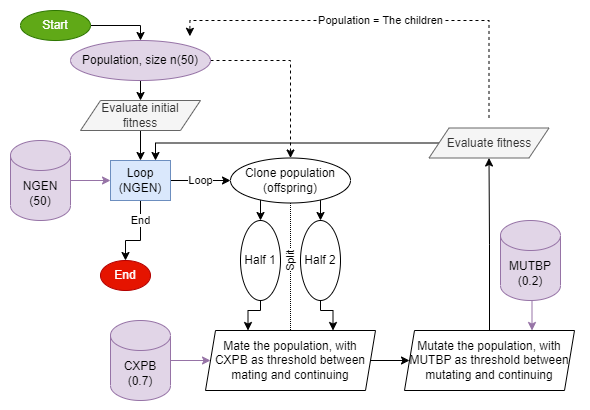
Before: DEAP process diagram.png, a diagram exported from draw.io (AnUnsocialPigeon/ProjectX-Coevolutionary-Selection-Training). Source tidied: cells renumbered, new cells last; positions are measured from the earlier drawing's top-left corner, leaving out a move shared by most shapes. Source of this version:
```xml
<mxGraphModel>
  <root>
    <mxCell id="0" />
    <mxCell id="1" parent="0" />
    <mxCell id="2" style="rounded=1;whiteSpace=wrap;html=1;strokeColor=none;" parent="1" vertex="1">
      <mxGeometry width="590" height="410" as="geometry" />
    </mxCell>
    <mxCell id="3" style="edgeStyle=orthogonalEdgeStyle;rounded=0;jettySize=auto;html=1;exitX=0.5;exitY=1;exitDx=0;exitDy=0;entryX=0.5;entryY=0;entryDx=0;entryDy=0;" parent="1" edge="1" source="5" target="7">
      <mxGeometry relative="1" as="geometry" />
    </mxCell>
    <mxCell id="4" style="edgeStyle=orthogonalEdgeStyle;rounded=0;jettySize=auto;html=1;exitX=1;exitY=0.5;exitDx=0;exitDy=0;entryX=0.5;entryY=0;entryDx=0;entryDy=0;dashed=1;" parent="1" edge="1" source="5" target="20">
      <mxGeometry relative="1" as="geometry" />
    </mxCell>
    <mxCell id="5" value="Population, size n(50)" style="ellipse;whiteSpace=wrap;html=1;fillColor=#e1d5e7;strokeColor=#9673a6;" parent="1" vertex="1">
      <mxGeometry x="70" y="40" width="140" height="40" as="geometry" />
    </mxCell>
    <mxCell id="6" style="edgeStyle=orthogonalEdgeStyle;rounded=0;jettySize=auto;html=1;exitX=0.5;exitY=1;exitDx=0;exitDy=0;entryX=0.5;entryY=0;entryDx=0;entryDy=0;" parent="1" edge="1" source="7" target="16">
      <mxGeometry relative="1" as="geometry" />
    </mxCell>
    <mxCell id="7" value="Evaluate initial&lt;br&gt;fitness" style="shape=parallelogram;perimeter=parallelogramPerimeter;whiteSpace=wrap;html=1;fixedSize=1;fillColor=#f5f5f5;fontColor=#333333;strokeColor=#666666;" parent="1" vertex="1">
      <mxGeometry x="80" y="100" width="120" height="30" as="geometry" />
    </mxCell>
    <mxCell id="8" style="edgeStyle=orthogonalEdgeStyle;rounded=0;jettySize=auto;html=1;exitX=1;exitY=0.5;exitDx=0;exitDy=0;exitPerimeter=0;entryX=0;entryY=0.5;entryDx=0;entryDy=0;fillColor=#e1d5e7;strokeColor=#9673a6;" parent="1" edge="1" source="9" target="26">
      <mxGeometry relative="1" as="geometry" />
    </mxCell>
    <mxCell id="9" value="CXPB&lt;br&gt;(0.7)" style="shape=cylinder3;whiteSpace=wrap;html=1;boundedLbl=1;backgroundOutline=1;size=15;fillColor=#e1d5e7;strokeColor=#9673a6;" parent="1" vertex="1">
      <mxGeometry x="110" y="320" width="60" height="80" as="geometry" />
    </mxCell>
    <mxCell id="10" style="edgeStyle=orthogonalEdgeStyle;rounded=0;jettySize=auto;html=1;exitX=0.5;exitY=1;exitDx=0;exitDy=0;exitPerimeter=0;entryX=0.75;entryY=0;entryDx=0;entryDy=0;fillColor=#e1d5e7;strokeColor=#9673a6;" parent="1" edge="1" source="11" target="27">
      <mxGeometry relative="1" as="geometry">
        <Array as="points">
          <mxPoint x="530" y="290" />
          <mxPoint x="531" y="290" />
        </Array>
      </mxGeometry>
    </mxCell>
    <mxCell id="11" value="MUTBP&lt;br&gt;(0.2)" style="shape=cylinder3;whiteSpace=wrap;html=1;boundedLbl=1;backgroundOutline=1;size=15;fillColor=#e1d5e7;strokeColor=#9673a6;" parent="1" vertex="1">
      <mxGeometry x="500" y="220" width="60" height="80" as="geometry" />
    </mxCell>
    <mxCell id="12" style="edgeStyle=orthogonalEdgeStyle;rounded=0;jettySize=auto;html=1;exitX=1;exitY=0.5;exitDx=0;exitDy=0;exitPerimeter=0;entryX=0;entryY=0.5;entryDx=0;entryDy=0;fillColor=#e1d5e7;strokeColor=#9673a6;" parent="1" edge="1" source="13" target="16">
      <mxGeometry relative="1" as="geometry" />
    </mxCell>
    <mxCell id="13" value="NGEN&lt;br&gt;(50)" style="shape=cylinder3;whiteSpace=wrap;html=1;boundedLbl=1;backgroundOutline=1;size=15;fillColor=#e1d5e7;strokeColor=#9673a6;" parent="1" vertex="1">
      <mxGeometry x="10" y="140" width="60" height="80" as="geometry" />
    </mxCell>
    <mxCell id="14" value="Loop" style="edgeStyle=orthogonalEdgeStyle;rounded=0;jettySize=auto;html=1;exitX=1;exitY=0.5;exitDx=0;exitDy=0;entryX=0;entryY=0.5;entryDx=0;entryDy=0;" parent="1" edge="1" source="16" target="20">
      <mxGeometry relative="1" as="geometry" />
    </mxCell>
    <mxCell id="15" value="End" style="edgeStyle=orthogonalEdgeStyle;rounded=0;jettySize=auto;html=1;exitX=0.5;exitY=1;exitDx=0;exitDy=0;" parent="1" edge="1" source="16" target="34">
      <mxGeometry x="-0.47" relative="1" as="geometry">
        <Array as="points">
          <mxPoint x="140" y="240" />
          <mxPoint x="125" y="240" />
        </Array>
      </mxGeometry>
    </mxCell>
    <mxCell id="16" value="Loop (NGEN)" style="rounded=0;whiteSpace=wrap;html=1;fillColor=#dae8fc;strokeColor=#6c8ebf;" parent="1" vertex="1">
      <mxGeometry x="110" y="160" width="60" height="40" as="geometry" />
    </mxCell>
    <mxCell id="17" style="edgeStyle=orthogonalEdgeStyle;rounded=0;jettySize=auto;html=1;exitX=0;exitY=1;exitDx=0;exitDy=0;entryX=0.5;entryY=0;entryDx=0;entryDy=0;" parent="1" edge="1" source="20" target="22">
      <mxGeometry relative="1" as="geometry" />
    </mxCell>
    <mxCell id="18" style="edgeStyle=orthogonalEdgeStyle;rounded=0;jettySize=auto;html=1;exitX=1;exitY=1;exitDx=0;exitDy=0;entryX=0.5;entryY=0;entryDx=0;entryDy=0;" parent="1" edge="1" source="20" target="24">
      <mxGeometry relative="1" as="geometry" />
    </mxCell>
    <mxCell id="19" value="Split" style="edgeStyle=orthogonalEdgeStyle;rounded=0;jettySize=auto;exitX=0.5;exitY=1;exitDx=0;exitDy=0;entryX=0.5;entryY=0;entryDx=0;entryDy=0;endArrow=none;endFill=0;dashed=1;dashPattern=1 1;html=1;verticalAlign=middle;horizontal=0;" parent="1" edge="1" source="20" target="26">
      <mxGeometry x="-0.1" relative="1" as="geometry">
        <Array as="points">
          <mxPoint x="290" y="270" />
          <mxPoint x="290" y="270" />
        </Array>
      </mxGeometry>
    </mxCell>
    <mxCell id="20" value="Clone population&lt;br&gt;(offspring)" style="ellipse;whiteSpace=wrap;html=1;" parent="1" vertex="1">
      <mxGeometry x="230" y="157.5" width="120" height="45" as="geometry" />
    </mxCell>
    <mxCell id="21" style="edgeStyle=orthogonalEdgeStyle;rounded=0;jettySize=auto;html=1;exitX=0.5;exitY=1;exitDx=0;exitDy=0;entryX=0.25;entryY=0;entryDx=0;entryDy=0;" parent="1" edge="1" source="22" target="26">
      <mxGeometry relative="1" as="geometry">
        <Array as="points">
          <mxPoint x="260" y="310" />
          <mxPoint x="248" y="310" />
        </Array>
      </mxGeometry>
    </mxCell>
    <mxCell id="22" value="Half 1" style="ellipse;whiteSpace=wrap;html=1;" parent="1" vertex="1">
      <mxGeometry x="240" y="220" width="40" height="80" as="geometry" />
    </mxCell>
    <mxCell id="23" style="edgeStyle=orthogonalEdgeStyle;rounded=0;jettySize=auto;html=1;exitX=0.5;exitY=1;exitDx=0;exitDy=0;entryX=0.75;entryY=0;entryDx=0;entryDy=0;" parent="1" edge="1" source="24" target="26">
      <mxGeometry relative="1" as="geometry">
        <Array as="points">
          <mxPoint x="320" y="310" />
          <mxPoint x="333" y="310" />
        </Array>
      </mxGeometry>
    </mxCell>
    <mxCell id="24" value="Half 2" style="ellipse;whiteSpace=wrap;html=1;" parent="1" vertex="1">
      <mxGeometry x="300" y="220" width="40" height="80" as="geometry" />
    </mxCell>
    <mxCell id="25" style="edgeStyle=orthogonalEdgeStyle;rounded=0;jettySize=auto;html=1;exitX=1;exitY=0.5;exitDx=0;exitDy=0;entryX=0;entryY=0.5;entryDx=0;entryDy=0;" parent="1" edge="1" source="26" target="27">
      <mxGeometry relative="1" as="geometry" />
    </mxCell>
    <mxCell id="26" value="Mate the population, with CXPB as threshold between mating and continuing" style="shape=parallelogram;perimeter=parallelogramPerimeter;whiteSpace=wrap;html=1;fixedSize=1;size=10;" parent="1" vertex="1">
      <mxGeometry x="205" y="330" width="170" height="60" as="geometry" />
    </mxCell>
    <mxCell id="27" value="Mutate the population, with MUTBP as threshold between mutating and continuing" style="shape=parallelogram;perimeter=parallelogramPerimeter;whiteSpace=wrap;html=1;fixedSize=1;size=10;" parent="1" vertex="1">
      <mxGeometry x="404" y="330" width="170" height="60" as="geometry" />
    </mxCell>
    <mxCell id="28" value="Population = The children" style="edgeStyle=orthogonalEdgeStyle;rounded=0;orthogonalLoop=1;jettySize=auto;html=1;exitX=0.5;exitY=0;exitDx=0;exitDy=0;entryX=1;entryY=0;entryDx=0;entryDy=0;dashed=1;" parent="1" edge="1">
      <mxGeometry relative="1" as="geometry">
        <mxPoint x="488.5" y="117.5" as="sourcePoint" />
        <mxPoint x="189.4" y="35.8" as="targetPoint" />
        <Array as="points">
          <mxPoint x="489" y="20" />
          <mxPoint x="190" y="20" />
        </Array>
      </mxGeometry>
    </mxCell>
    <mxCell id="29" style="edgeStyle=orthogonalEdgeStyle;rounded=0;jettySize=auto;html=1;exitX=0;exitY=0.5;exitDx=0;exitDy=0;entryX=0.75;entryY=0;entryDx=0;entryDy=0;" parent="1" edge="1" source="30" target="16">
      <mxGeometry relative="1" as="geometry">
        <Array as="points">
          <mxPoint x="155" y="143" />
        </Array>
      </mxGeometry>
    </mxCell>
    <mxCell id="30" value="Evaluate fitness" style="shape=parallelogram;perimeter=parallelogramPerimeter;whiteSpace=wrap;html=1;fixedSize=1;fillColor=#f5f5f5;fontColor=#333333;strokeColor=#666666;" parent="1" vertex="1">
      <mxGeometry x="428.5" y="127.5" width="120" height="30" as="geometry" />
    </mxCell>
    <mxCell id="31" style="edgeStyle=orthogonalEdgeStyle;rounded=0;jettySize=auto;html=1;exitX=0.5;exitY=0;exitDx=0;exitDy=0;entryX=0.5;entryY=1;entryDx=0;entryDy=0;" parent="1" edge="1" source="27" target="30">
      <mxGeometry relative="1" as="geometry" />
    </mxCell>
    <mxCell id="32" style="edgeStyle=orthogonalEdgeStyle;rounded=0;jettySize=auto;html=1;exitX=1;exitY=0.5;exitDx=0;exitDy=0;entryX=0.5;entryY=0;entryDx=0;entryDy=0;" parent="1" edge="1" source="33" target="5">
      <mxGeometry relative="1" as="geometry">
        <Array as="points">
          <mxPoint x="140" y="25" />
        </Array>
      </mxGeometry>
    </mxCell>
    <mxCell id="33" value="Start" style="ellipse;whiteSpace=wrap;html=1;fillColor=#60a917;strokeColor=#2D7600;fontColor=#ffffff;" parent="1" vertex="1">
      <mxGeometry x="20" y="10" width="70" height="30" as="geometry" />
    </mxCell>
    <mxCell id="34" value="End" style="ellipse;whiteSpace=wrap;html=1;fillColor=#e51400;strokeColor=#B20000;fontColor=#ffffff;" parent="1" vertex="1">
      <mxGeometry x="100" y="260" width="50" height="30" as="geometry" />
    </mxCell>
  </root>
</mxGraphModel>
```
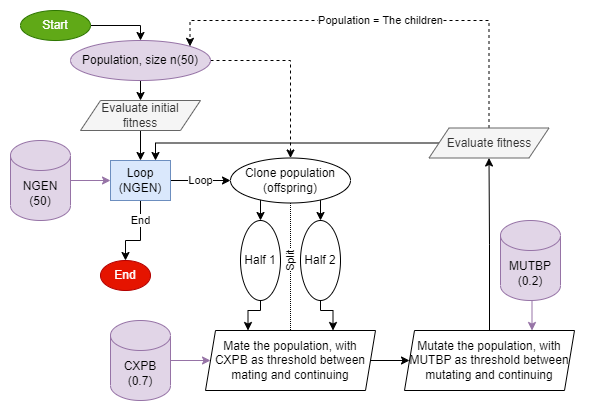
The same file after the commit.

Commit message:
Fixed an arrow in DEAP diagram

The edit, as a diff of the source:
```diff
@@ -105,10 +105,8 @@
     <mxCell id="27" value="Mutate the population, with MUTBP as threshold between mutating and continuing" style="shape=parallelogram;perimeter=parallelogramPerimeter;whiteSpace=wrap;html=1;fixedSize=1;size=10;" parent="1" vertex="1">
       <mxGeometry x="404" y="330" width="170" height="60" as="geometry" />
     </mxCell>
-    <mxCell id="28" value="Population = The children" style="edgeStyle=orthogonalEdgeStyle;rounded=0;orthogonalLoop=1;jettySize=auto;html=1;exitX=0.5;exitY=0;exitDx=0;exitDy=0;entryX=1;entryY=0;entryDx=0;entryDy=0;dashed=1;" parent="1" edge="1">
+    <mxCell id="28" value="Population = The children" style="edgeStyle=orthogonalEdgeStyle;rounded=0;jettySize=auto;html=1;exitX=0.5;exitY=0;exitDx=0;exitDy=0;entryX=1;entryY=0;entryDx=0;entryDy=0;dashed=1;" parent="1" edge="1" source="30" target="5">
       <mxGeometry relative="1" as="geometry">
-        <mxPoint x="488.5" y="117.5" as="sourcePoint" />
-        <mxPoint x="189.4" y="35.8" as="targetPoint" />
         <Array as="points">
           <mxPoint x="489" y="20" />
           <mxPoint x="190" y="20" />
```
